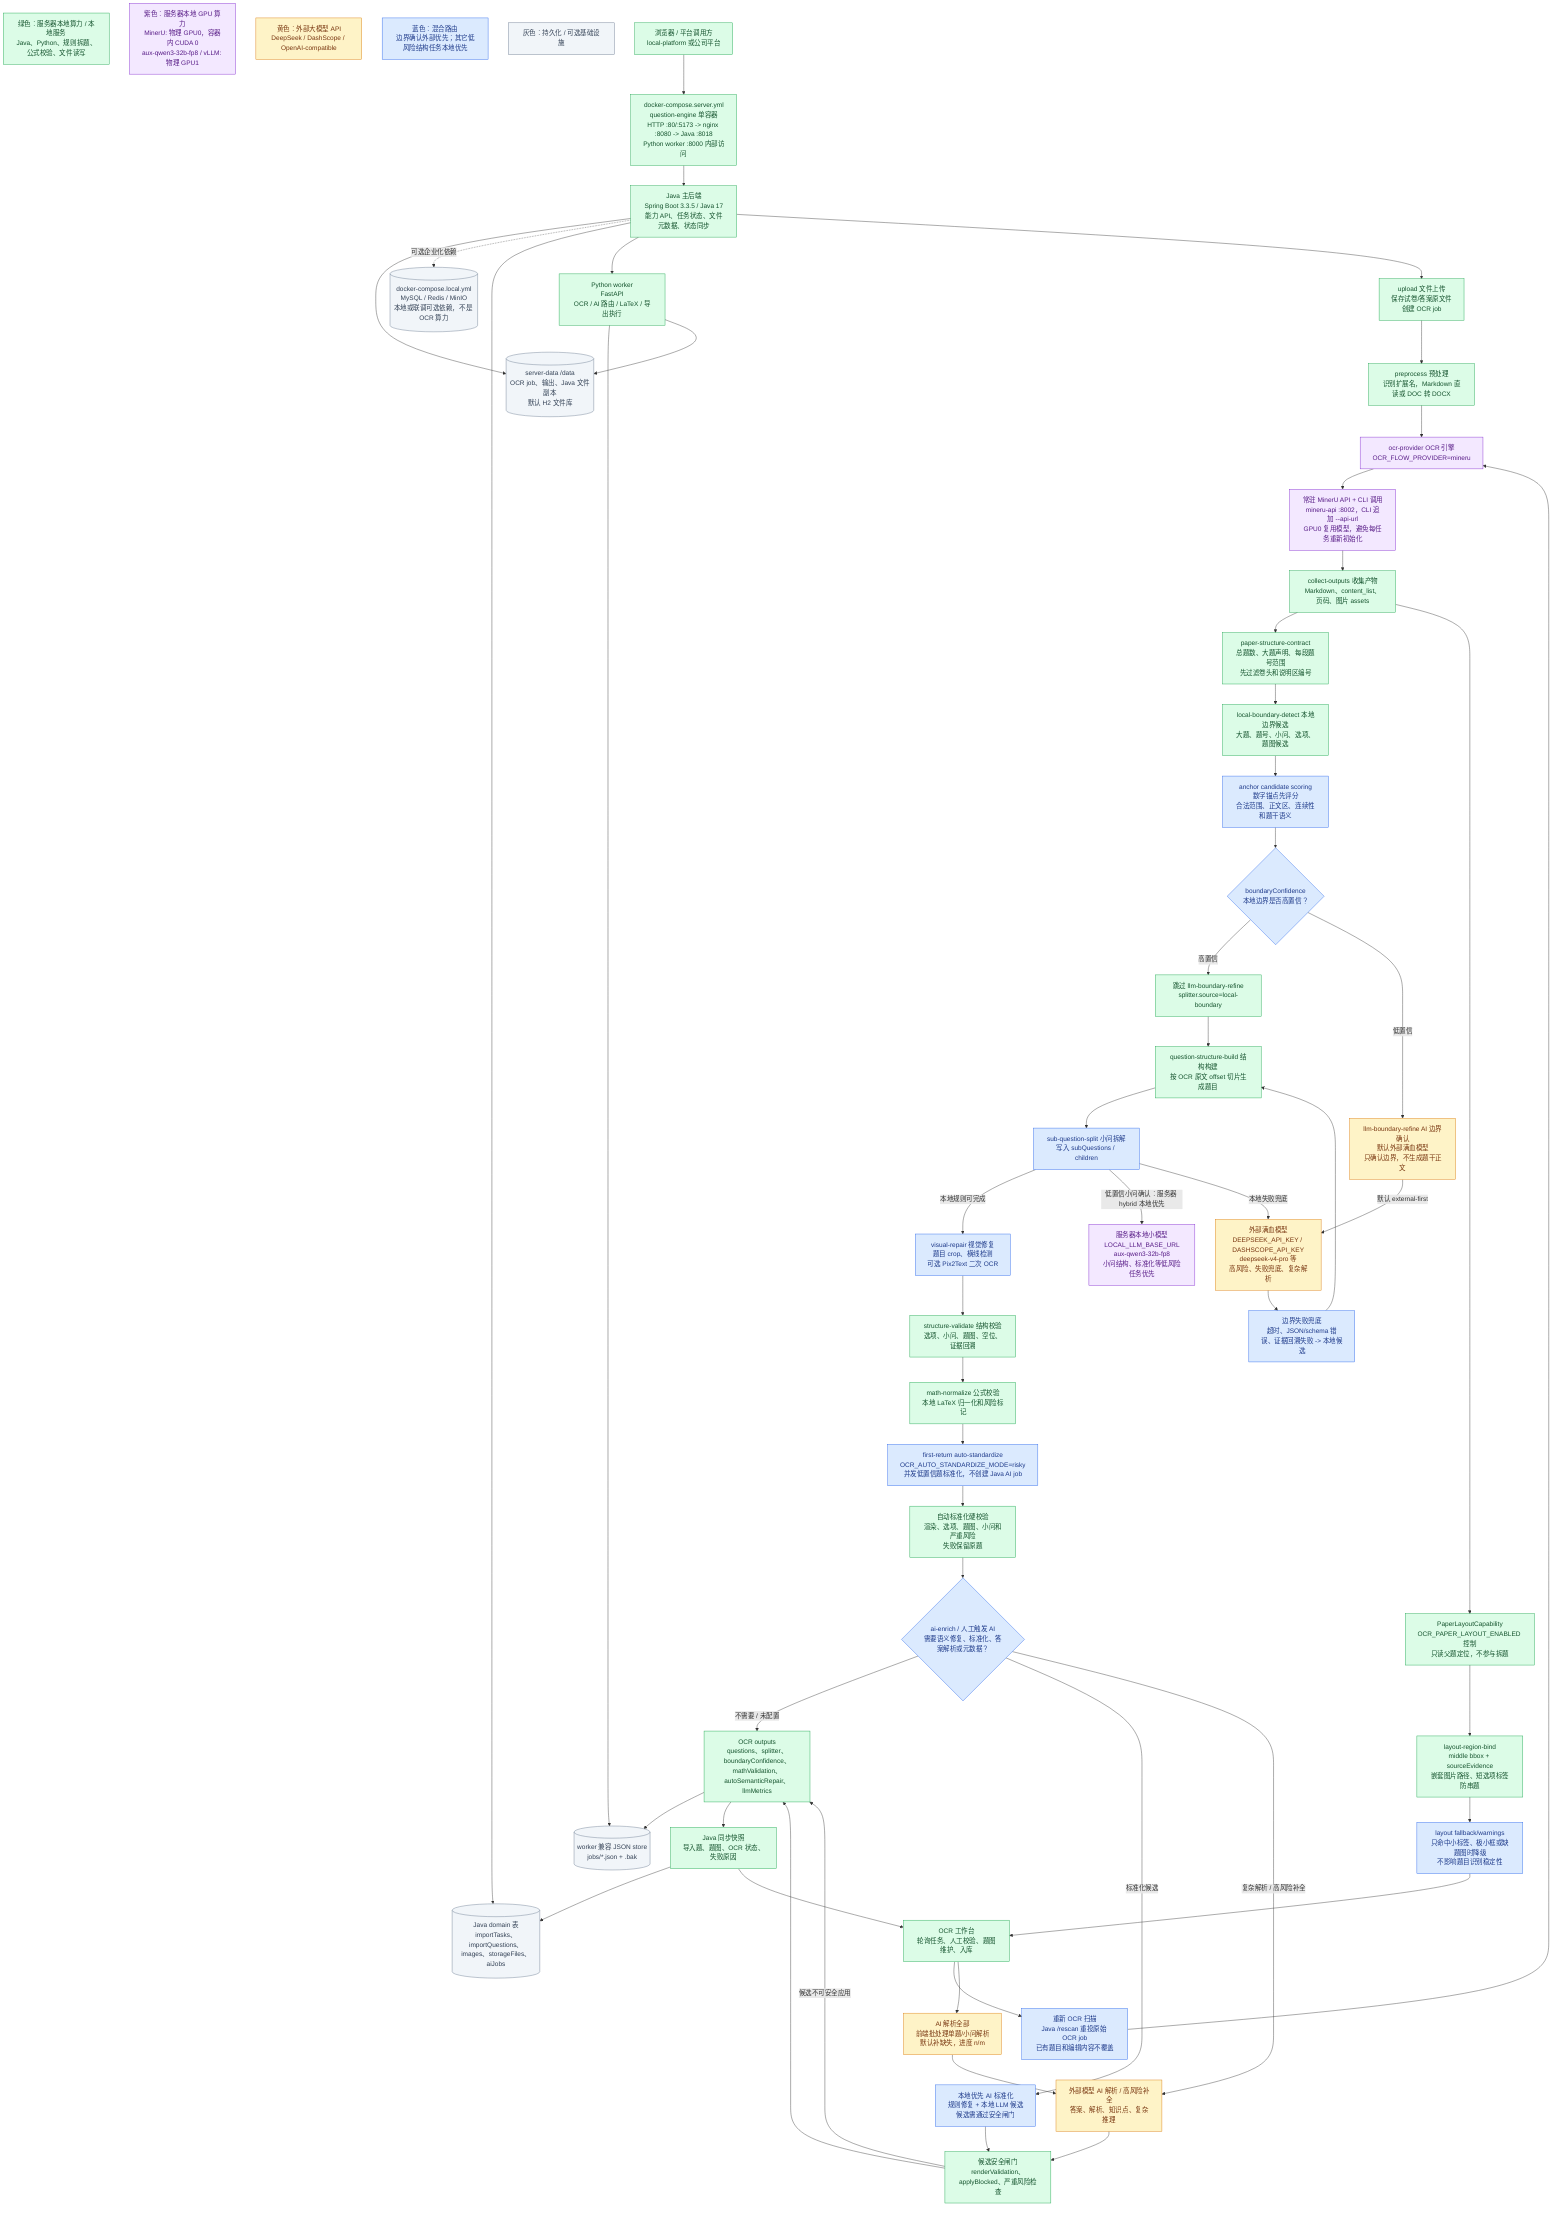
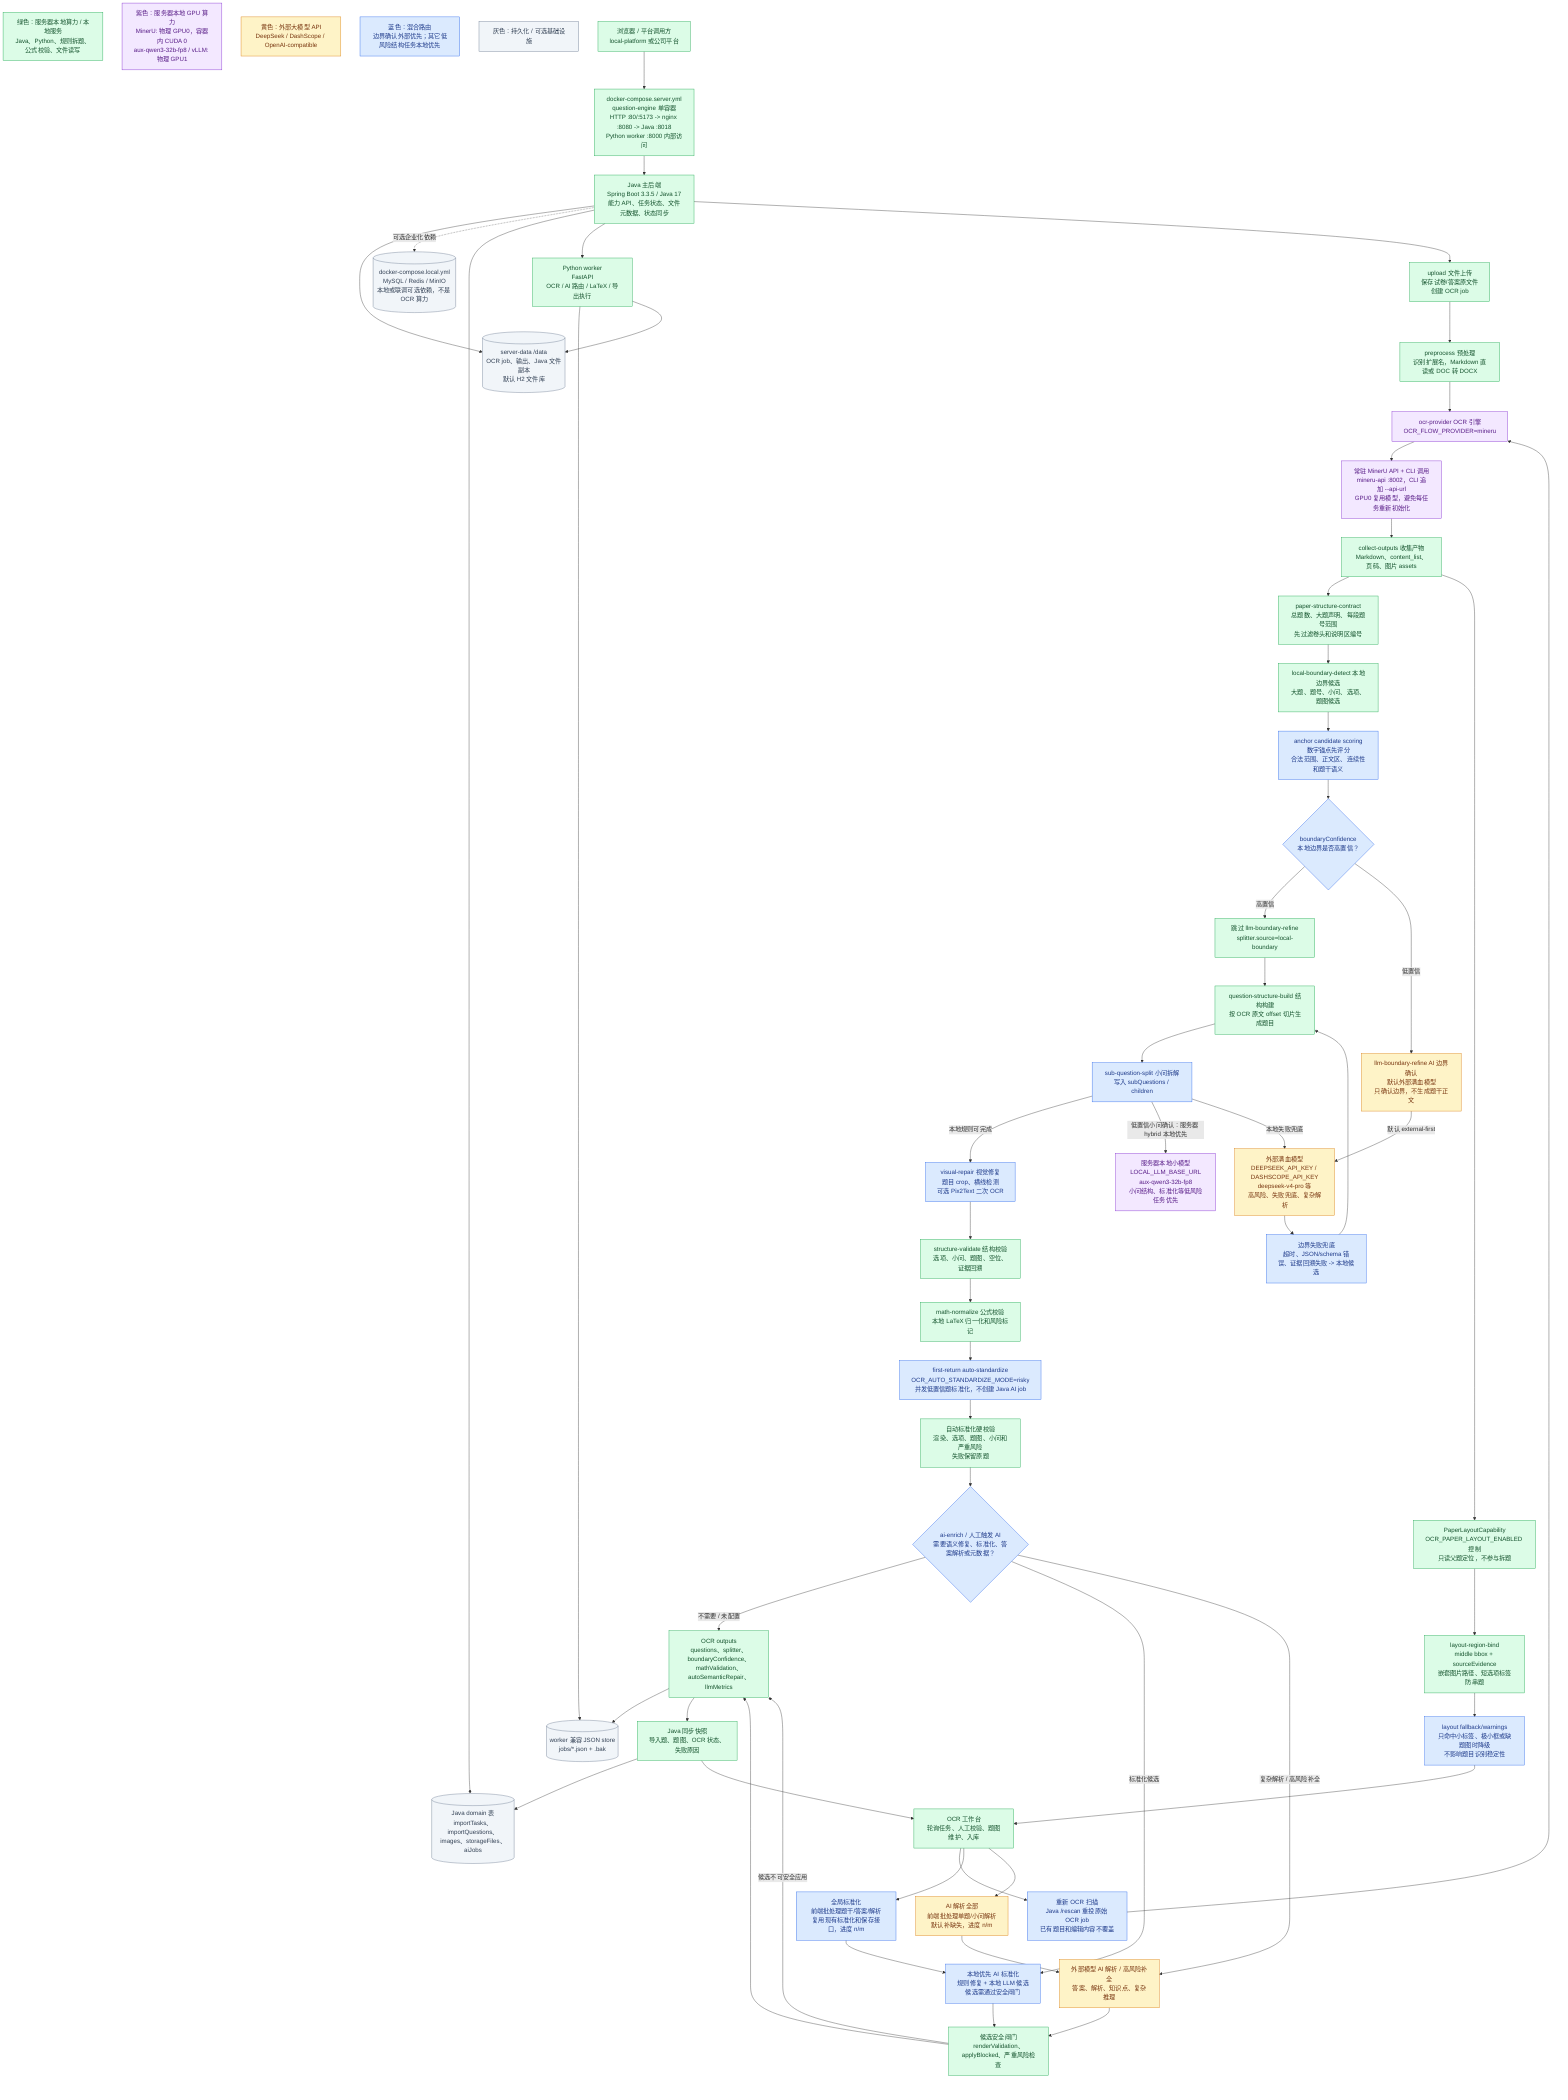
- %% Version: 2026-07-10 / server deployment v15
+ %% Version: 2026-07-10 / server deployment v16
%% Status: current-support
- %% Scope: server deployment OCR/AI compute boundary, GPU assignment, MinerU API, first-return auto standardization, layout overlay isolation, and public demo runtime.
+ %% Scope: server deployment OCR/AI compute boundary, GPU assignment, MinerU API, first-return auto standardization, layout overlay isolation, global standardization, and public demo runtime.
flowchart TD
  LegendLocal["绿色：服务器本地算力 / 本地服务<br/>Java、Python、规则拆题、公式校验、文件读写"]:::local
  LegendGpu["紫色：服务器本地 GPU 算力<br/>MinerU: 物理 GPU0，容器内 CUDA 0<br/>aux-qwen3-32b-fp8 / vLLM: 物理 GPU1"]:::gpu
  LegendExternal["黄色：外部大模型 API<br/>DeepSeek / DashScope / OpenAI-compatible"]:::external
  LegendHybrid["蓝色：混合路由<br/>边界确认外部优先；其它低风险结构任务本地优先"]:::hybrid
  LegendStore["灰色：持久化 / 可选基础设施"]:::store

  Client["浏览器 / 平台调用方<br/>local-platform 或公司平台"]:::local
  ServerCompose["docker-compose.server.yml<br/>question-engine 单容器<br/>HTTP :80/:5173 -> nginx :8080 -> Java :8018<br/>Python worker :8000 内部访问"]:::local
  Java["Java 主后端<br/>Spring Boot 3.3.5 / Java 17<br/>能力 API、任务状态、文件元数据、状态同步"]:::local
  Worker["Python worker<br/>FastAPI<br/>OCR / AI 路由 / LaTeX / 导出执行"]:::local

  ServerData[("server-data /data<br/>OCR job、输出、Java 文件副本<br/>默认 H2 文件库")]:::store
  OptionalDeps[("docker-compose.local.yml<br/>MySQL / Redis / MinIO<br/>本地或联调可选依赖，不是 OCR 算力")]:::store
  JavaTables[("Java domain 表<br/>importTasks、importQuestions、images、storageFiles、aiJobs")]:::store
  WorkerStore[("worker 兼容 JSON store<br/>jobs/*.json + .bak")]:::store

  Upload["upload 文件上传<br/>保存试卷/答案原文件<br/>创建 OCR job"]:::local
  Preprocess["preprocess 预处理<br/>识别扩展名，Markdown 直读或 DOC 转 DOCX"]:::local
  OcrProvider["ocr-provider OCR 引擎<br/>OCR_FLOW_PROVIDER=mineru"]:::gpu
  MinerU["常驻 MinerU API + CLI 调用<br/>mineru-api :8002，CLI 追加 --api-url<br/>GPU0 复用模型，避免每任务重新初始化"]:::gpu
  Collect["collect-outputs 收集产物<br/>Markdown、content_list、页码、图片 assets"]:::local
  StructureContract["paper-structure-contract<br/>总题数、大题声明、每段题号范围<br/>先过滤卷头和说明区编号"]:::local
  LocalBoundary["local-boundary-detect 本地边界候选<br/>大题、题号、小问、选项、题图候选"]:::local
  AnchorScore["anchor candidate scoring<br/>数字锚点先评分<br/>合法范围、正文区、连续性和题干语义"]:::hybrid
  Confidence{"boundaryConfidence<br/>本地边界是否高置信？"}:::hybrid
  SkipBoundaryLlm["跳过 llm-boundary-refine<br/>splitter.source=local-boundary"]:::local

  BoundaryRoute["llm-boundary-refine AI 边界确认<br/>默认外部满血模型<br/>只确认边界，不生成题干正文"]:::external
  LocalLLM["服务器本地小模型<br/>LOCAL_LLM_BASE_URL<br/>aux-qwen3-32b-fp8<br/>小问结构、标准化等低风险任务优先"]:::gpu
  ExternalLLM["外部满血模型<br/>DEEPSEEK_API_KEY / DASHSCOPE_API_KEY<br/>deepseek-v4-pro 等<br/>高风险、失败兜底、复杂解析"]:::external
  BoundaryFallback["边界失败兜底<br/>超时、JSON/schema 错误、证据回溯失败 -> 本地候选"]:::hybrid

  BuildStructure["question-structure-build 结构构建<br/>按 OCR 原文 offset 切片生成题目"]:::local
  SubQuestion["sub-question-split 小问拆解<br/>写入 subQuestions / children"]:::hybrid
  VisualRepair["visual-repair 视觉修复<br/>题目 crop、横线检测<br/>可选 Pix2Text 二次 OCR"]:::hybrid
  StructureValidate["structure-validate 结构校验<br/>选项、小问、题图、空位、证据回溯"]:::local
  MathNormalize["math-normalize 公式校验<br/>本地 LaTeX 归一化和风险标记"]:::local
  AutoStandardize["first-return auto-standardize<br/>OCR_AUTO_STANDARDIZE_MODE=risky<br/>并发低置信题标准化，不创建 Java AI job"]:::hybrid
  AutoStandardizeGate["自动标准化硬校验<br/>渲染、选项、题图、小问和严重风险<br/>失败保留原题"]:::local

  AiEnrichDecision{"ai-enrich / 人工触发 AI<br/>需要语义修复、标准化、答案解析或元数据？"}:::hybrid
  LocalStandardize["本地优先 AI 标准化<br/>规则修复 + 本地 LLM 候选<br/>候选需通过安全闸门"]:::hybrid
  ExternalAnalysis["外部模型 AI 解析 / 高风险补全<br/>答案、解析、知识点、复杂推理"]:::external
  AiGate["候选安全闸门<br/>renderValidation、applyBlocked、严重风险检查"]:::local

  Outputs["OCR outputs<br/>questions、splitter、boundaryConfidence、mathValidation、autoSemanticRepair、llmMetrics"]:::local
  JavaSync["Java 同步快照<br/>导入题、题图、OCR 状态、失败原因"]:::local
  PaperLayout["PaperLayoutCapability<br/>OCR_PAPER_LAYOUT_ENABLED 控制<br/>只读父题定位，不参与拆题"]:::local
  LayoutBind["layout-region-bind<br/>middle bbox + sourceEvidence<br/>嵌套图片路径、短选项标签防串题"]:::local
  LayoutFallback["layout fallback/warnings<br/>只命中小标签、极小框或缺题图时降级<br/>不影响题目识别稳定性"]:::hybrid
  Workbench["OCR 工作台<br/>轮询任务、人工校验、题图维护、入库"]:::local
  Rescan["重新 OCR 扫描<br/>Java /rescan 重投原始 OCR job<br/>已有题目和编辑内容不覆盖"]:::hybrid
+   BatchStandardize["全局标准化<br/>前端批处理题干/答案/解析<br/>复用现有标准化和保存接口，进度 n/m"]:::hybrid
  BatchAnalysis["AI 解析全部<br/>前端批处理单题/小问解析<br/>默认补缺失，进度 n/m"]:::external

  Client --> ServerCompose --> Java
  Java --> ServerData
  Java -. 可选企业化依赖 .-> OptionalDeps
  Java --> JavaTables
  Java --> Worker
  Worker --> WorkerStore
  Worker --> ServerData

  Java --> Upload --> Preprocess --> OcrProvider --> MinerU --> Collect
  Collect --> StructureContract --> LocalBoundary --> AnchorScore --> Confidence
  Confidence -- 高置信 --> SkipBoundaryLlm --> BuildStructure
  Confidence -- 低置信 --> BoundaryRoute
  BoundaryRoute -- "默认 external-first" --> ExternalLLM --> BoundaryFallback
  BoundaryFallback --> BuildStructure

  BuildStructure --> SubQuestion
  SubQuestion -- "本地规则可完成" --> VisualRepair
  SubQuestion -- "低置信小问确认：服务器 hybrid 本地优先" --> LocalLLM
  SubQuestion -- "本地失败兜底" --> ExternalLLM
  VisualRepair --> StructureValidate --> MathNormalize --> AutoStandardize --> AutoStandardizeGate --> AiEnrichDecision

  AiEnrichDecision -- "不需要 / 未配置" --> Outputs
  AiEnrichDecision -- "标准化候选" --> LocalStandardize --> AiGate --> Outputs
  AiEnrichDecision -- "复杂解析 / 高风险补全" --> ExternalAnalysis --> AiGate
  AiGate -- "候选不可安全应用" --> Outputs
  Outputs --> WorkerStore
  Outputs --> JavaSync --> JavaTables
  Collect --> PaperLayout --> LayoutBind --> LayoutFallback --> Workbench
  JavaSync --> Workbench
  Workbench --> Rescan --> OcrProvider
+   Workbench --> BatchStandardize --> LocalStandardize
  Workbench --> BatchAnalysis --> ExternalAnalysis

  classDef local fill:#dcfce7,stroke:#16a34a,color:#14532d,stroke-width:1px;
  classDef gpu fill:#f3e8ff,stroke:#7e22ce,color:#581c87,stroke-width:1px;
  classDef external fill:#fef3c7,stroke:#d97706,color:#78350f,stroke-width:1px;
  classDef hybrid fill:#dbeafe,stroke:#2563eb,color:#1e3a8a,stroke-width:1px;
  classDef store fill:#f1f5f9,stroke:#64748b,color:#334155,stroke-width:1px;
